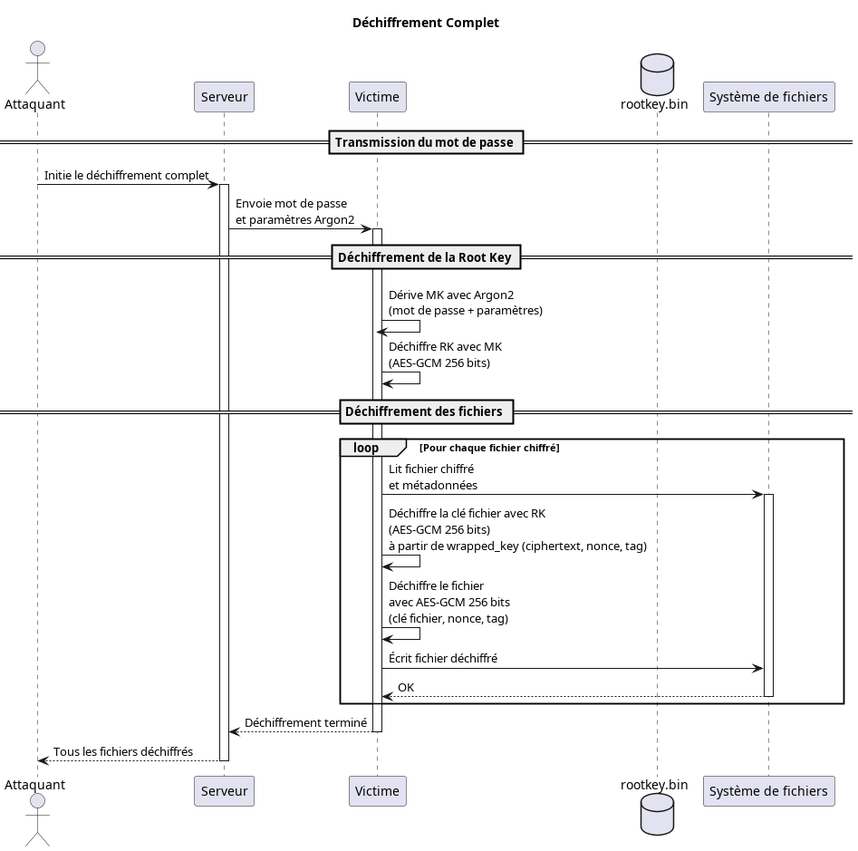
The PlantUML diagram out/schema/02-Déchiffrement_Complet.png in CamilleKoestli/ransomware_postquantum, before a commit. Source of this version:
```plantuml
@startuml 02-Déchiffrement_Complet

title Déchiffrement Complet

actor Attaquant as attacker
participant "Serveur" as server
participant "Victime" as victime
database "rootkey.bin" as rootkey
participant "Système de fichiers" as fs

== Transmission du mot de passe ==
attacker -> server: Initie le déchiffrement complet
activate server
server -> victime: Envoie mot de passe\net paramètres Argon2
activate victime

== Déchiffrement de la Root Key ==
victime -> victime: Dérive MK avec Argon2\n(mot de passe + paramètres)
deactivate rootkey

victime -> victime: Déchiffre RK avec MK\n(AES-GCM 256 bits)

== Déchiffrement des fichiers ==
loop Pour chaque fichier chiffré
    victime -> fs: Lit fichier chiffré\net métadonnées
    activate fs

    victime -> victime: Déchiffre la clé fichier avec RK\n(AES-GCM 256 bits)\nà partir de wrapped_key (ciphertext, nonce, tag)

    victime -> victime: Déchiffre le fichier\navec AES-GCM 256 bits\n(clé fichier, nonce, tag)

    victime -> fs: Écrit fichier déchiffré
    fs --> victime: OK
    deactivate fs
end

victime --> server: Déchiffrement terminé
deactivate victime
server --> attacker: Tous les fichiers déchiffrés
deactivate server

@enduml
```
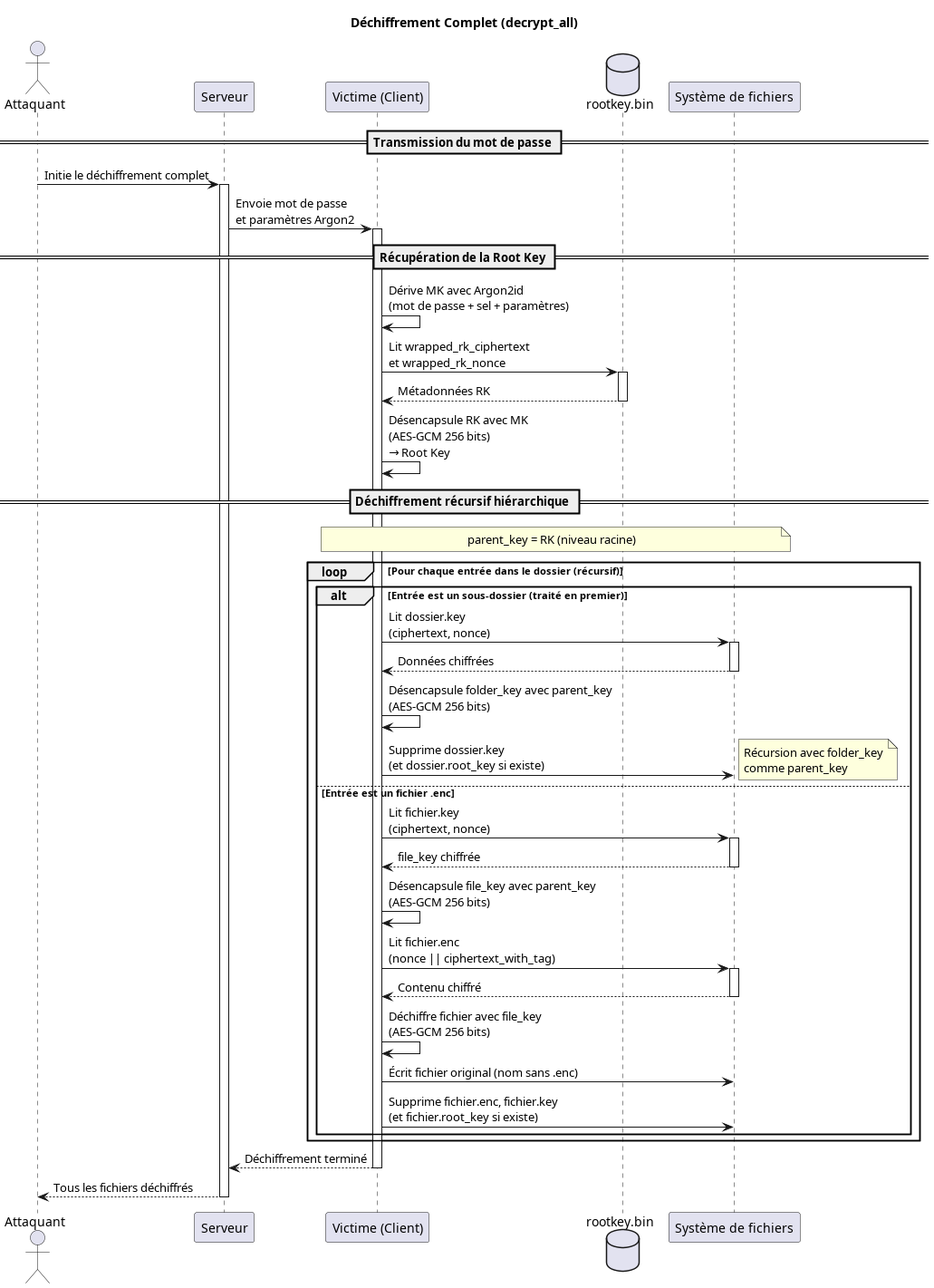
After the change.

Diff of the diagram source:
```diff
@@ -1,10 +1,10 @@
 @startuml 02-Déchiffrement_Complet
 
-title Déchiffrement Complet
+title Déchiffrement Complet (decrypt_all)
 
 actor Attaquant as attacker
 participant "Serveur" as server
-participant "Victime" as victime
+participant "Victime (Client)" as victime
 database "rootkey.bin" as rootkey
 participant "Système de fichiers" as fs
 
@@ -14,24 +14,43 @@
 server -> victime: Envoie mot de passe\net paramètres Argon2
 activate victime
 
-== Déchiffrement de la Root Key ==
-victime -> victime: Dérive MK avec Argon2\n(mot de passe + paramètres)
+== Récupération de la Root Key ==
+victime -> victime: Dérive MK avec Argon2id\n(mot de passe + sel + paramètres)
+victime -> rootkey: Lit wrapped_rk_ciphertext\net wrapped_rk_nonce
+activate rootkey
+rootkey --> victime: Métadonnées RK
 deactivate rootkey
 
-victime -> victime: Déchiffre RK avec MK\n(AES-GCM 256 bits)
+victime -> victime: Désencapsule RK avec MK\n(AES-GCM 256 bits)\n→ Root Key
 
-== Déchiffrement des fichiers ==
-loop Pour chaque fichier chiffré
-    victime -> fs: Lit fichier chiffré\net métadonnées
+== Déchiffrement récursif hiérarchique ==
+note over victime, fs
+  parent_key = RK (niveau racine)
+end note
+
+loop Pour chaque entrée dans le dossier (récursif)
+  alt Entrée est un sous-dossier (traité en premier)
+    victime -> fs: Lit dossier.key\n(ciphertext, nonce)
     activate fs
-
-    victime -> victime: Déchiffre la clé fichier avec RK\n(AES-GCM 256 bits)\nà partir de wrapped_key (ciphertext, nonce, tag)
-
-    victime -> victime: Déchiffre le fichier\navec AES-GCM 256 bits\n(clé fichier, nonce, tag)
-
-    victime -> fs: Écrit fichier déchiffré
-    fs --> victime: OK
+    fs --> victime: Données chiffrées
     deactivate fs
+    victime -> victime: Désencapsule folder_key avec parent_key\n(AES-GCM 256 bits)
+    victime -> fs: Supprime dossier.key\n(et dossier.root_key si existe)
+    note right: Récursion avec folder_key\ncomme parent_key
+  else Entrée est un fichier .enc
+    victime -> fs: Lit fichier.key\n(ciphertext, nonce)
+    activate fs
+    fs --> victime: file_key chiffrée
+    deactivate fs
+    victime -> victime: Désencapsule file_key avec parent_key\n(AES-GCM 256 bits)
+    victime -> fs: Lit fichier.enc\n(nonce || ciphertext_with_tag)
+    activate fs
+    fs --> victime: Contenu chiffré
+    deactivate fs
+    victime -> victime: Déchiffre fichier avec file_key\n(AES-GCM 256 bits)
+    victime -> fs: Écrit fichier original (nom sans .enc)
+    victime -> fs: Supprime fichier.enc, fichier.key\n(et fichier.root_key si existe)
+  end
 end
 
 victime --> server: Déchiffrement terminé
```
